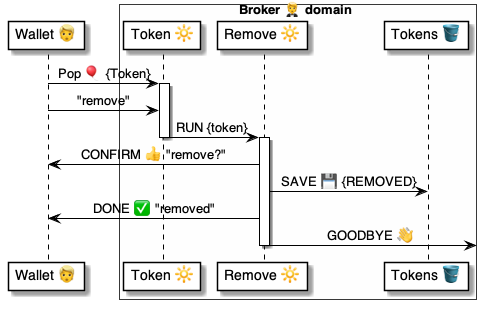
The PlantUML diagram 4 ⚙️ Solution/20 🧑‍🦰 UI/Brokers 🤵/🤵😃 Broker talkers/PopToken 🎫 talker/Token » Remove/🤵 PopTokenRemove ⚙️ uml.png in pollyweb-org/pollyweb-docs, before a commit. Its source is kept beside it as 4 ⚙️ Solution/20 🧑‍🦰 UI/Brokers 🤵/🤵😃 Broker talkers/PopToken 🎫 talker/Token » Remove/🤵 PopTokenRemove ⚙️ uml.puml.
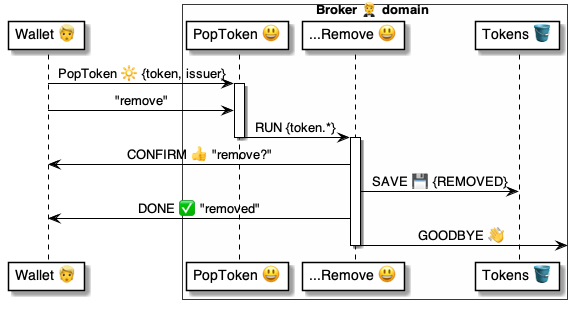
Above is the later version.

The edit, as a diff of the source:
```diff
@@ -2,17 +2,17 @@
 
 participant "Wallet 👱" as wallet
 box Broker 🤵 domain #FFFFFA
-    participant "Token 🔆" as token
-    participant "Remove 🔆" as remove
+    participant "PopToken 😃" as token
+    participant "...Remove 😃" as remove
     participant "Tokens 🪣" as tokens
 end box
 
 
-wallet -> token: Pop 🎈 {Token}
+wallet -> token: PopToken 🔆 {token, issuer}
 
 activate token
     wallet -> token: "remove"
-    token -> remove: RUN {token}
+    token -> remove: RUN {token.*}
 deactivate token
 
 activate remove
```
